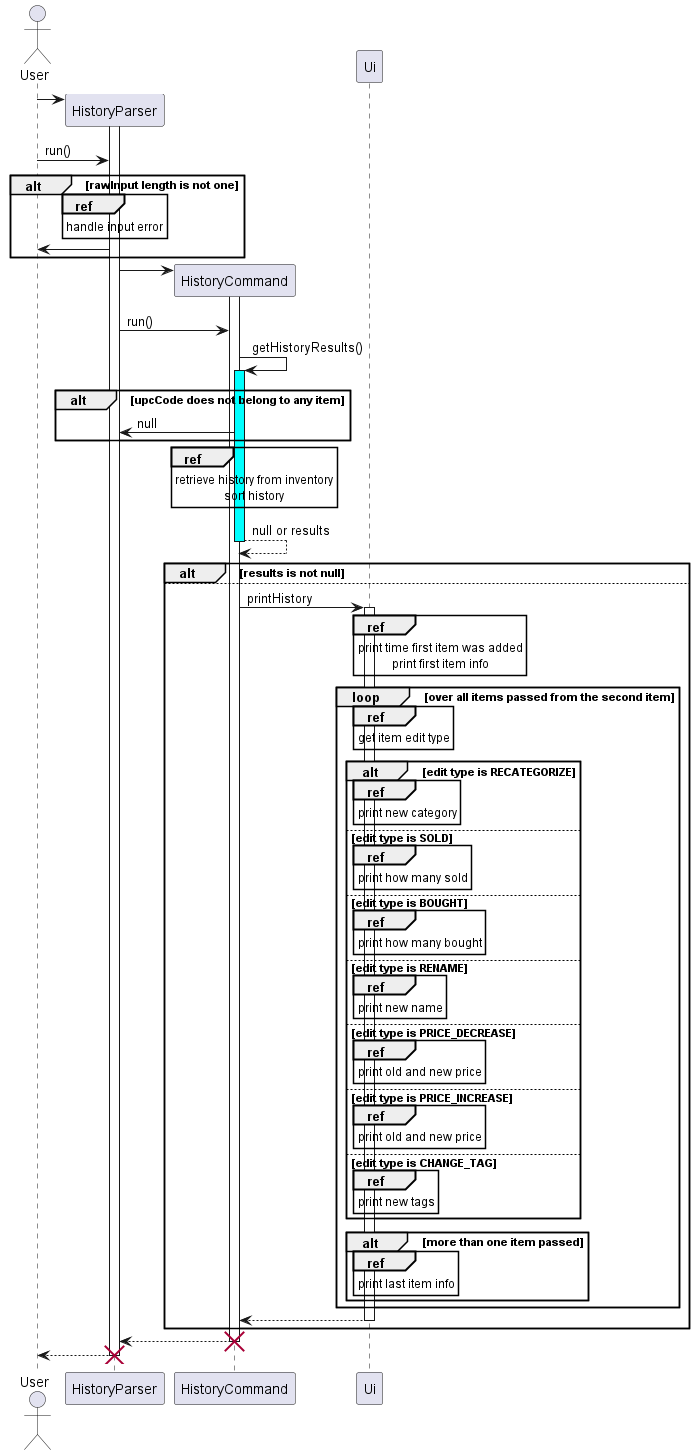
Above: docs/UML/History/HistoryParser.png in nus-cs2113-AY2223S2/tp (PlantUML), before the change.
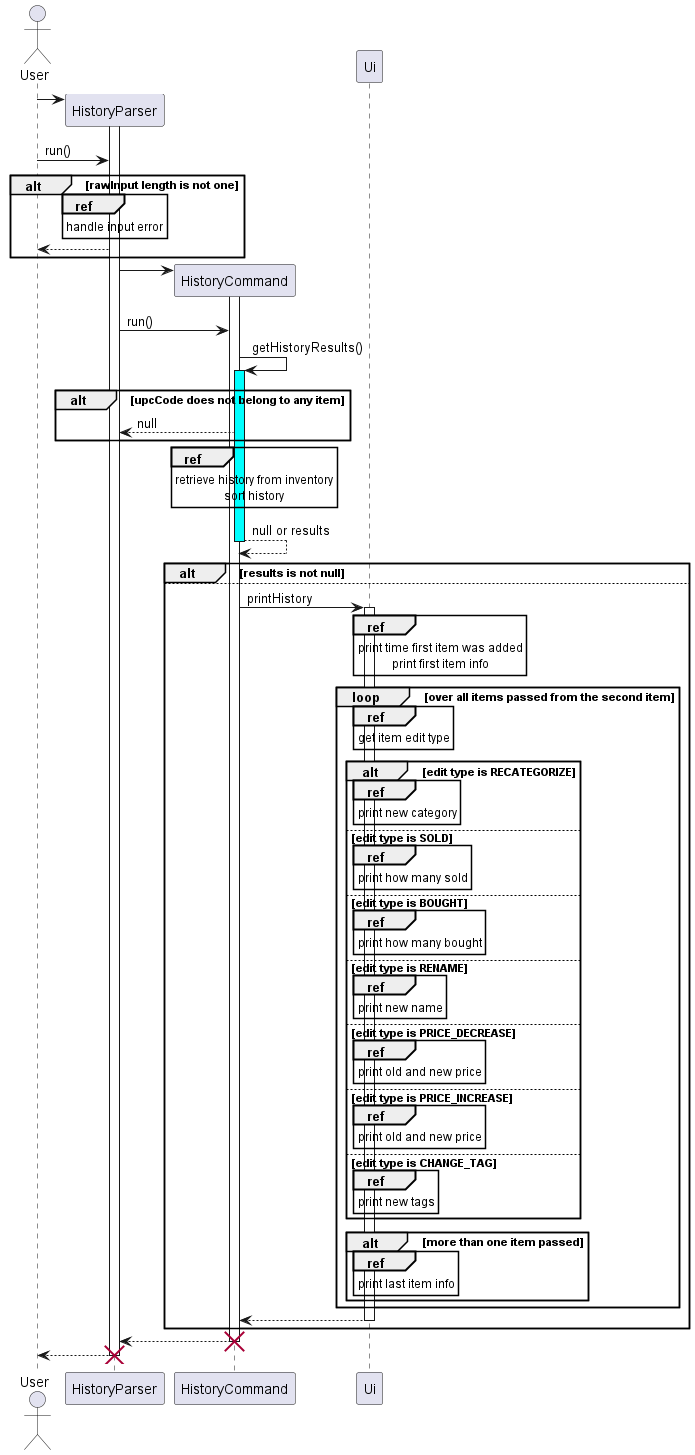
The same diagram one commit later.

Diff of the diagram source:
```diff
@@ -8,7 +8,7 @@
     ref over HistoryParser
         handle input error
     end ref
-    HistoryParser -> User
+    HistoryParser --> User
 end
 HistoryParser -> HistoryCommand**
 activate HistoryCommand
@@ -16,7 +16,7 @@
 HistoryCommand -> HistoryCommand: getHistoryResults()
 activate HistoryCommand #cyan
 alt upcCode does not belong to any item
-    HistoryCommand -> HistoryParser: null
+    HistoryCommand --> HistoryParser: null
 end
 ref over HistoryCommand
     retrieve history from inventory
```
